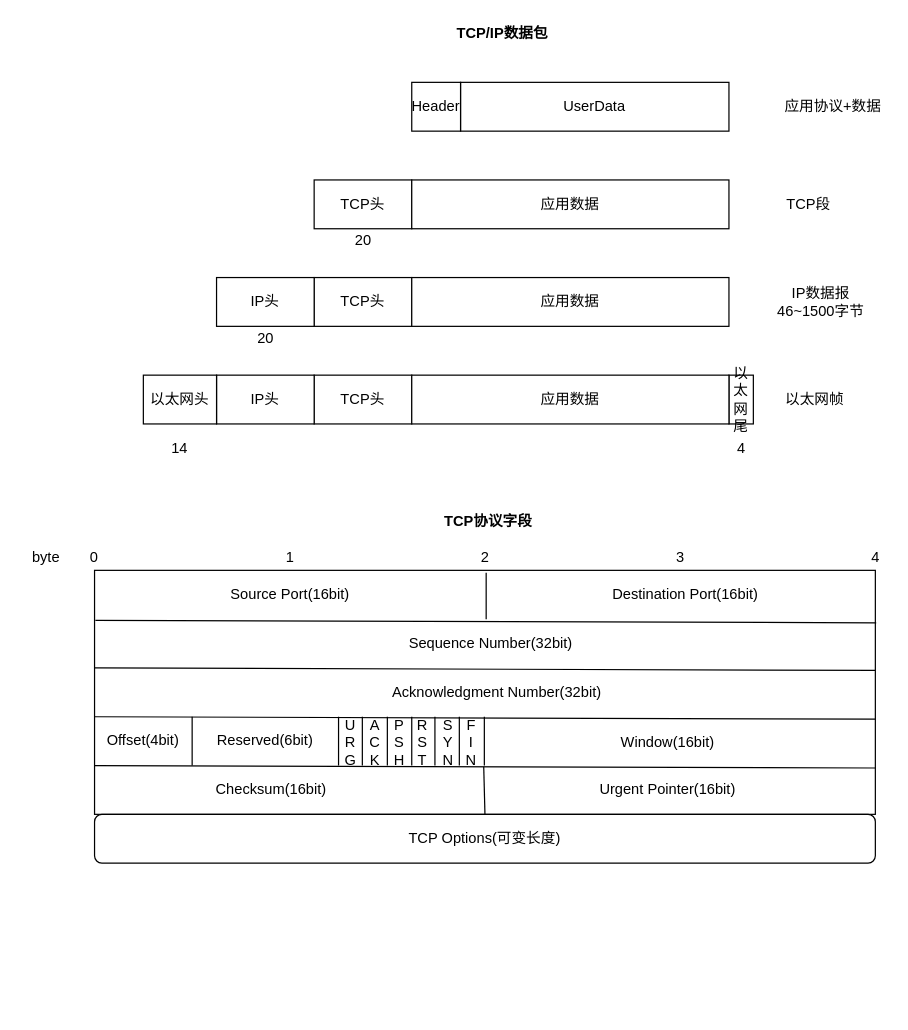
This is TCP-IP.drawio from xuelei20/drawio, a draw.io file, before an edit. Source tidied: cells renumbered, new cells numbered last; positions are measured from the earlier drawing's top-left corner, leaving out a move shared by most shapes. Both pictures are drawn from the tidied source at 122%, with x=0, y=0 at pixel (21, 21).
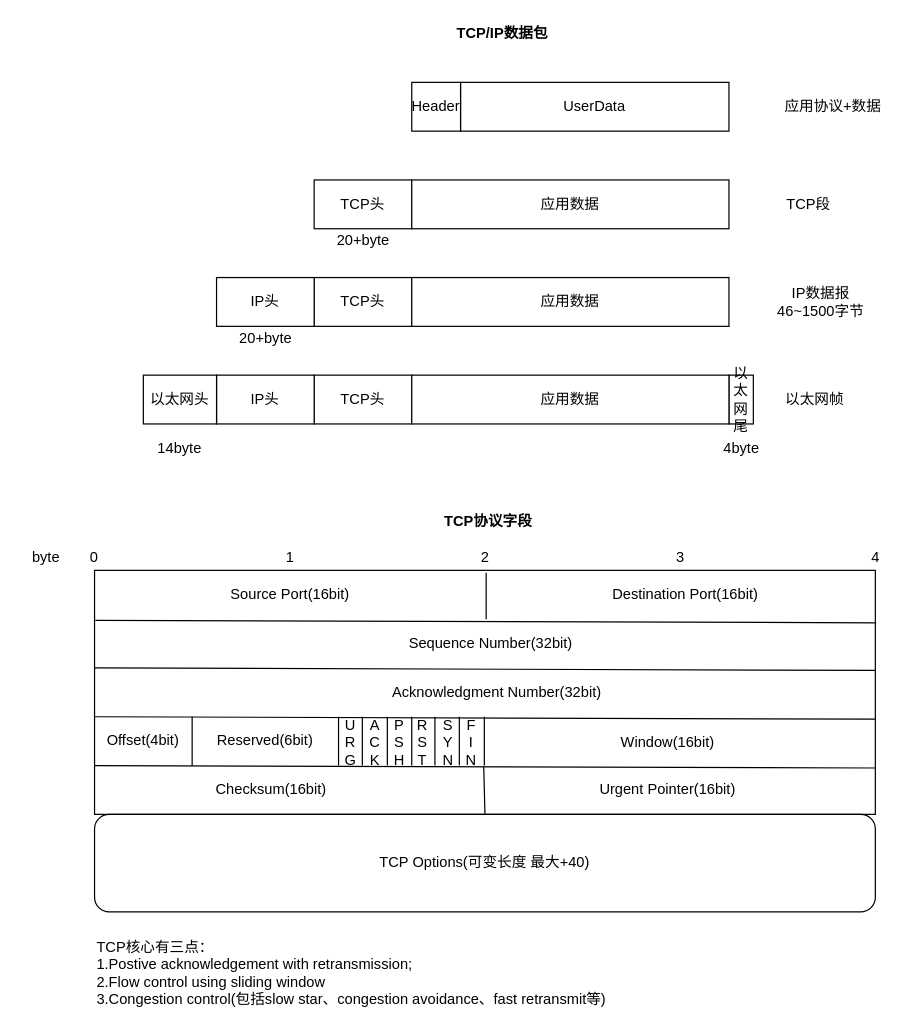
Above is the later version.

Change to the diagram source:
```diff
@@
-    <mxCell id="10" value="14" style="text;html=1;strokeColor=none;fillColor=none;align=center;verticalAlign=middle;whiteSpace=wrap;rounded=0;" parent="1" vertex="1">
+    <mxCell id="10" value="14byte" style="text;html=1;strokeColor=none;fillColor=none;align=center;verticalAlign=middle;whiteSpace=wrap;rounded=0;" parent="1" vertex="1">
       <mxGeometry x="110" y="340" width="40" height="20" as="geometry" />
     </mxCell>
-    <mxCell id="11" value="20" style="text;html=1;align=center;verticalAlign=middle;" parent="1" vertex="1">
-      <mxGeometry x="185" y="250" width="30" height="20" as="geometry" />
+    <mxCell id="11" value="20+byte" style="text;html=1;align=center;verticalAlign=middle;" parent="1" vertex="1">
+      <mxGeometry x="170" y="250" width="60" height="20" as="geometry" />
     </mxCell>
-    <mxCell id="12" value="4" style="text;html=1;align=center;verticalAlign=middle;" parent="1" vertex="1">
-      <mxGeometry x="580" y="340" width="20" height="20" as="geometry" />
+    <mxCell id="12" value="4byte" style="text;html=1;align=center;verticalAlign=middle;" parent="1" vertex="1">
+      <mxGeometry x="570" y="340" width="40" height="20" as="geometry" />
     </mxCell>
@@
-    <mxCell id="22" value="20" style="text;html=1;align=center;verticalAlign=middle;" parent="1" vertex="1">
-      <mxGeometry x="265" y="170" width="30" height="20" as="geometry" />
+    <mxCell id="22" value="20+byte" style="text;html=1;align=center;verticalAlign=middle;" parent="1" vertex="1">
+      <mxGeometry x="250" y="170" width="60" height="20" as="geometry" />
     </mxCell>
@@
-    <mxCell id="60" value="TCP Options(可变长度)" style="rounded=1;whiteSpace=wrap;html=1;" parent="1" vertex="1">
-      <mxGeometry x="60" y="650" width="640" height="40" as="geometry" />
+    <mxCell id="60" value="TCP Options(可变长度 最大+40)" style="rounded=1;whiteSpace=wrap;html=1;" parent="1" vertex="1">
+      <mxGeometry x="60" y="650" width="640" height="80" as="geometry" />
     </mxCell>
+    <mxCell id="61" value="TCP核心有三点：&lt;br&gt;1.Postive acknowledgement with retransmission;&lt;br&gt;2.Flow control using sliding window&lt;br&gt;3.Congestion control(包括slow star、congestion avoidance、fast retransmit等)" style="text;html=1;align=left;verticalAlign=middle;" parent="1" vertex="1">
+      <mxGeometry x="60" y="750" width="430" height="60" as="geometry" />
+    </mxCell>
```
